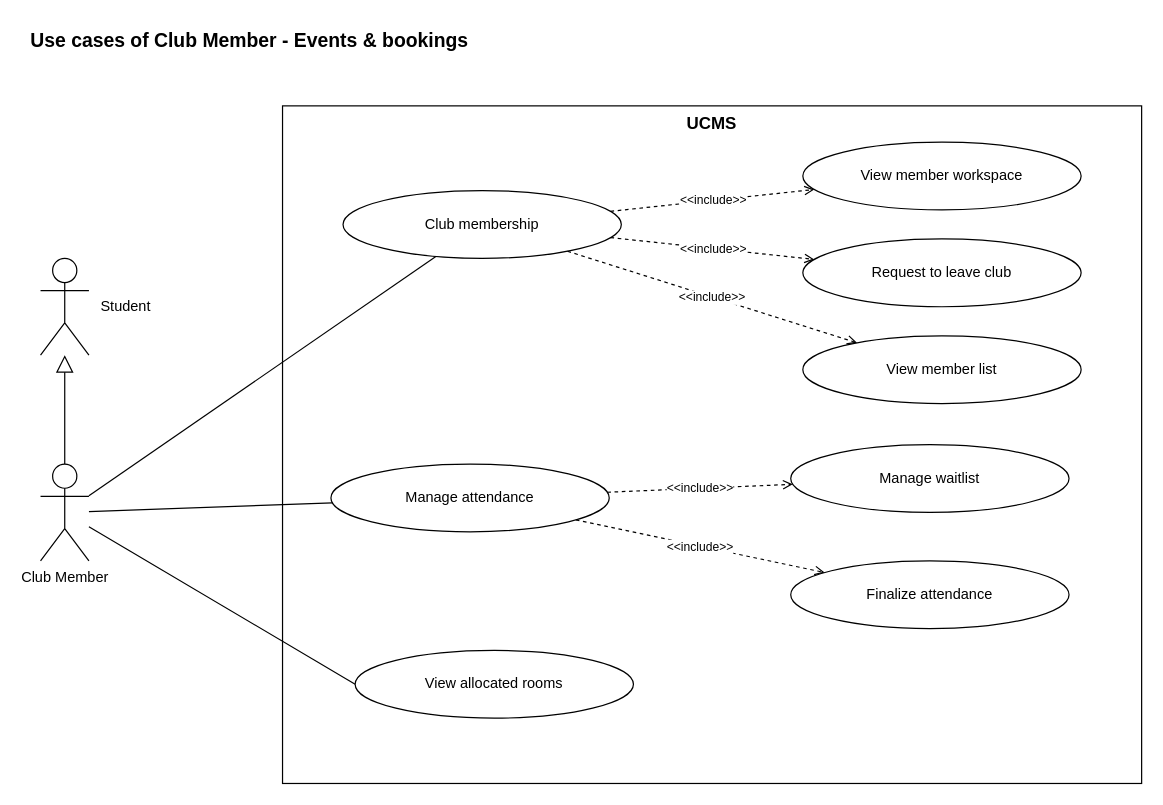
The draw.io diagram page "Club Member - Events & bookings" (3 of 9) of docs/03-diagrams/UCMS_UseCase_ByActor.drawio in nvdekay/ClubManagementSystem, before the edit. Source tidied: cells renumbered, new cells numbered last; positions are measured from the earlier drawing's top-left corner, leaving out a move shared by most shapes. Both pictures are drawn from the tidied source at 121%, with x=0, y=0 at pixel (28, 21).
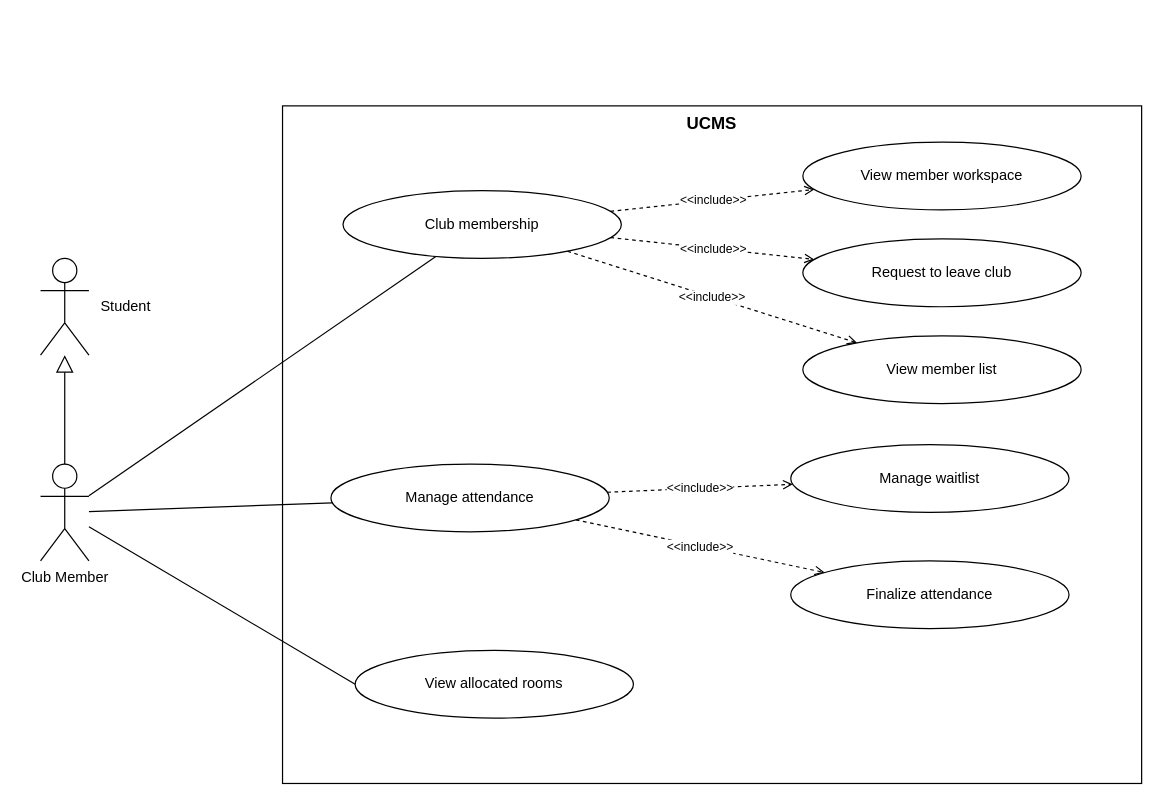
The same page after the edit.

What changed in the source:
```diff
@@
-    <mxCell id="2" value="Use cases of Club Member - Events &amp; bookings" style="text;html=1;fontStyle=1;fontSize=16;align=left;" parent="1" vertex="1">
-      <mxGeometry width="900" height="30" as="geometry" />
-    </mxCell>
```
